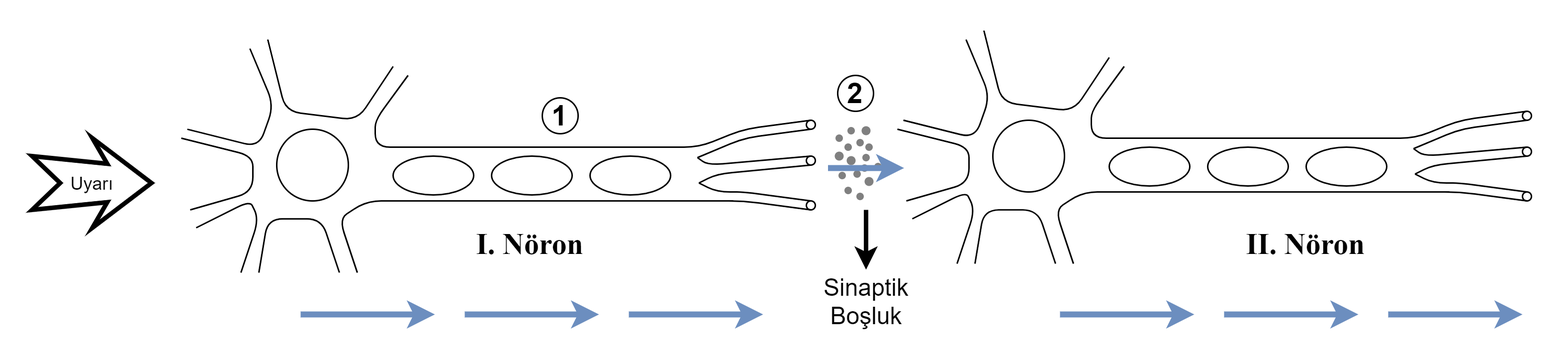
Before: Markdown/1. Ünite/2 Denetleyici ve Düzenleyici Sistem, Duyu Organları/resources/sinir_hucresi(sinaptik_bosluk).png, a diagram exported from draw.io (NurettinSelim/Biology-Notes). Source tidied: cells renumbered, new cells last; positions are measured from the earlier drawing's top-left corner, leaving out a move shared by most shapes.
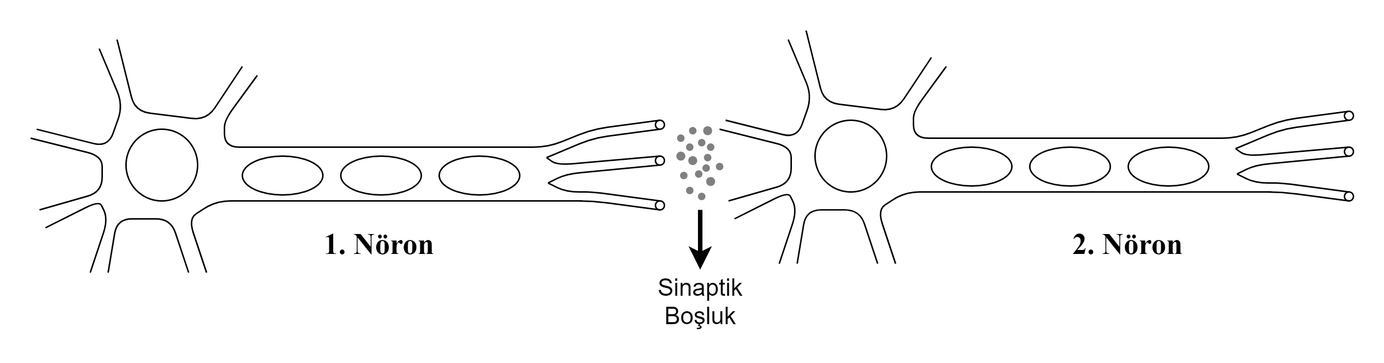
The same file after the commit.

Diff of the diagram source:
```diff
@@ -146,257 +146,206 @@
     </mxCell>
     <mxCell id="22" style="endArrow=none;html=1;" parent="1" edge="1">
       <mxGeometry relative="1" as="geometry">
-        <mxPoint x="584" y="60" as="sourcePoint" />
-        <mxPoint x="626" y="6" as="targetPoint" />
+        <mxPoint x="566" y="60" as="sourcePoint" />
+        <mxPoint x="608" y="6" as="targetPoint" />
         <Array as="points">
-          <mxPoint x="632" y="72" />
-          <mxPoint x="642" y="44" />
+          <mxPoint x="614" y="72" />
+          <mxPoint x="624" y="44" />
         </Array>
       </mxGeometry>
     </mxCell>
     <mxCell id="23" style="endArrow=none;html=1;" parent="1" edge="1">
       <mxGeometry relative="1" as="geometry">
-        <mxPoint x="722" y="18" as="sourcePoint" />
-        <mxPoint x="638" as="targetPoint" />
+        <mxPoint x="704" y="18" as="sourcePoint" />
+        <mxPoint x="620" as="targetPoint" />
         <Array as="points">
-          <mxPoint x="698" y="54" />
-          <mxPoint x="650" y="48" />
+          <mxPoint x="680" y="54" />
+          <mxPoint x="632" y="48" />
         </Array>
       </mxGeometry>
     </mxCell>
     <mxCell id="24" style="endArrow=none;html=1;" parent="1" edge="1">
       <mxGeometry relative="1" as="geometry">
-        <mxPoint x="914" y="72" as="sourcePoint" />
-        <mxPoint x="732" y="24" as="targetPoint" />
+        <mxPoint x="896" y="72" as="sourcePoint" />
+        <mxPoint x="714" y="24" as="targetPoint" />
         <Array as="points">
-          <mxPoint x="710" y="72" />
-          <mxPoint x="710" y="54" />
+          <mxPoint x="692" y="72" />
+          <mxPoint x="692" y="54" />
         </Array>
       </mxGeometry>
     </mxCell>
     <mxCell id="25" style="endArrow=none;html=1;" parent="1" edge="1">
       <mxGeometry relative="1" as="geometry">
-        <mxPoint x="586" y="114" as="sourcePoint" />
-        <mxPoint x="580" y="66" as="targetPoint" />
+        <mxPoint x="568" y="114" as="sourcePoint" />
+        <mxPoint x="562" y="66" as="targetPoint" />
         <Array as="points">
-          <mxPoint x="628" y="102" />
-          <mxPoint x="628" y="78" />
+          <mxPoint x="610" y="102" />
+          <mxPoint x="610" y="78" />
         </Array>
       </mxGeometry>
     </mxCell>
     <mxCell id="26" style="endArrow=none;html=1;" parent="1" edge="1">
       <mxGeometry relative="1" as="geometry">
-        <mxPoint x="620" y="156" as="sourcePoint" />
-        <mxPoint x="590" y="126" as="targetPoint" />
+        <mxPoint x="602" y="156" as="sourcePoint" />
+        <mxPoint x="572" y="126" as="targetPoint" />
         <Array as="points">
-          <mxPoint x="632" y="120" />
-          <mxPoint x="626" y="108" />
+          <mxPoint x="614" y="120" />
+          <mxPoint x="608" y="108" />
         </Array>
       </mxGeometry>
     </mxCell>
     <mxCell id="27" style="endArrow=none;html=1;" parent="1" edge="1">
       <mxGeometry relative="1" as="geometry">
-        <mxPoint x="686" y="156" as="sourcePoint" />
-        <mxPoint x="632" y="156" as="targetPoint" />
+        <mxPoint x="668" y="156" as="sourcePoint" />
+        <mxPoint x="614" y="156" as="targetPoint" />
         <Array as="points">
-          <mxPoint x="674" y="120" />
-          <mxPoint x="638" y="120" />
+          <mxPoint x="656" y="120" />
+          <mxPoint x="620" y="120" />
         </Array>
       </mxGeometry>
     </mxCell>
     <mxCell id="28" style="endArrow=none;html=1;" parent="1" edge="1">
       <mxGeometry relative="1" as="geometry">
-        <mxPoint x="950" y="108" as="sourcePoint" />
-        <mxPoint x="698" y="156" as="targetPoint" />
+        <mxPoint x="932" y="108" as="sourcePoint" />
+        <mxPoint x="680" y="156" as="targetPoint" />
         <Array as="points">
-          <mxPoint x="704" y="108" />
-          <mxPoint x="686" y="120" />
+          <mxPoint x="686" y="108" />
+          <mxPoint x="668" y="120" />
         </Array>
       </mxGeometry>
     </mxCell>
     <mxCell id="29" style="ellipse;whiteSpace=wrap;html=1;fillColor=none;" parent="1" vertex="1">
-      <mxGeometry x="644" y="60" width="48" height="48" as="geometry" />
+      <mxGeometry x="626" y="60" width="48" height="48" as="geometry" />
     </mxCell>
     <mxCell id="30" style="ellipse;whiteSpace=wrap;html=1;fillColor=none;" parent="1" vertex="1">
-      <mxGeometry x="722" y="78" width="54" height="26" as="geometry" />
+      <mxGeometry x="704" y="78" width="54" height="26" as="geometry" />
     </mxCell>
     <mxCell id="31" style="ellipse;whiteSpace=wrap;html=1;fillColor=none;" parent="1" vertex="1">
-      <mxGeometry x="788" y="78" width="54" height="26" as="geometry" />
+      <mxGeometry x="770" y="78" width="54" height="26" as="geometry" />
     </mxCell>
     <mxCell id="32" style="ellipse;whiteSpace=wrap;html=1;fillColor=none;" parent="1" vertex="1">
-      <mxGeometry x="854" y="78" width="54" height="26" as="geometry" />
+      <mxGeometry x="836" y="78" width="54" height="26" as="geometry" />
     </mxCell>
     <mxCell id="33" style="endArrow=none;html=1;entryX=0.5;entryY=0;entryDx=0;entryDy=0;" parent="1" edge="1" target="41">
       <mxGeometry relative="1" as="geometry">
-        <mxPoint x="898" y="72" as="sourcePoint" />
+        <mxPoint x="880" y="72" as="sourcePoint" />
         <Array as="points">
-          <mxPoint x="927" y="72" />
-          <mxPoint x="957" y="60" />
+          <mxPoint x="909" y="72" />
+          <mxPoint x="939" y="60" />
         </Array>
       </mxGeometry>
     </mxCell>
     <mxCell id="34" style="endArrow=none;html=1;entryX=0.5;entryY=1;entryDx=0;entryDy=0;" parent="1" edge="1" target="41">
       <mxGeometry relative="1" as="geometry">
-        <mxPoint x="926" y="79" as="sourcePoint" />
+        <mxPoint x="908" y="79" as="sourcePoint" />
         <Array as="points">
-          <mxPoint x="957" y="66" />
+          <mxPoint x="939" y="66" />
         </Array>
       </mxGeometry>
     </mxCell>
     <mxCell id="35" style="endArrow=none;html=1;entryX=0.5;entryY=0;entryDx=0;entryDy=0;" parent="1" edge="1" target="40">
       <mxGeometry relative="1" as="geometry">
-        <mxPoint x="926" y="79" as="sourcePoint" />
+        <mxPoint x="908" y="79" as="sourcePoint" />
         <Array as="points">
-          <mxPoint x="933" y="84" />
+          <mxPoint x="915" y="84" />
         </Array>
       </mxGeometry>
     </mxCell>
     <mxCell id="36" style="endArrow=none;html=1;entryX=0.5;entryY=1;entryDx=0;entryDy=0;" parent="1" edge="1" target="40">
       <mxGeometry relative="1" as="geometry">
-        <mxPoint x="927" y="96" as="sourcePoint" />
+        <mxPoint x="909" y="96" as="sourcePoint" />
         <Array as="points">
-          <mxPoint x="939" y="90" />
+          <mxPoint x="921" y="90" />
         </Array>
       </mxGeometry>
     </mxCell>
     <mxCell id="37" style="endArrow=none;html=1;entryX=0.5;entryY=1;entryDx=0;entryDy=0;" parent="1" edge="1" target="39">
       <mxGeometry relative="1" as="geometry">
-        <mxPoint x="909" y="108" as="sourcePoint" />
+        <mxPoint x="891" y="108" as="sourcePoint" />
         <Array as="points">
-          <mxPoint x="927" y="108" />
-          <mxPoint x="957" y="108" />
+          <mxPoint x="909" y="108" />
+          <mxPoint x="939" y="108" />
         </Array>
       </mxGeometry>
     </mxCell>
     <mxCell id="38" style="endArrow=none;html=1;entryX=0.5;entryY=0;entryDx=0;entryDy=0;" parent="1" edge="1" target="39">
       <mxGeometry relative="1" as="geometry">
-        <mxPoint x="927" y="96" as="sourcePoint" />
+        <mxPoint x="909" y="96" as="sourcePoint" />
         <Array as="points">
+          <mxPoint x="921" y="102" />
           <mxPoint x="939" y="102" />
-          <mxPoint x="957" y="102" />
         </Array>
       </mxGeometry>
     </mxCell>
     <mxCell id="39" style="ellipse;whiteSpace=wrap;html=1;fillColor=none;" parent="1" vertex="1">
-      <mxGeometry x="999" y="108" width="6" height="6" as="geometry" />
+      <mxGeometry x="981" y="108" width="6" height="6" as="geometry" />
     </mxCell>
     <mxCell id="40" style="ellipse;whiteSpace=wrap;html=1;fillColor=none;" parent="1" vertex="1">
-      <mxGeometry x="999" y="78" width="6" height="6" as="geometry" />
+      <mxGeometry x="981" y="78" width="6" height="6" as="geometry" />
     </mxCell>
     <mxCell id="41" style="ellipse;whiteSpace=wrap;html=1;fillColor=none;" parent="1" vertex="1">
-      <mxGeometry x="999" y="54" width="6" height="6" as="geometry" />
+      <mxGeometry x="981" y="54" width="6" height="6" as="geometry" />
     </mxCell>
     <mxCell id="42" style="shape=ellipse;html=1;strokeColor=#FFFFFF;fillColor=#808080;" parent="1" vertex="1">
-      <mxGeometry x="544" y="75" width="6" height="6" as="geometry" />
+      <mxGeometry x="539" y="75" width="6" height="6" as="geometry" />
     </mxCell>
     <mxCell id="43" style="shape=ellipse;html=1;strokeColor=#FFFFFF;fillColor=#808080;" parent="1" vertex="1">
-      <mxGeometry x="546" y="64" width="6" height="6" as="geometry" />
+      <mxGeometry x="541" y="64" width="6" height="6" as="geometry" />
     </mxCell>
     <mxCell id="44" style="shape=ellipse;html=1;strokeColor=#FFFFFF;fillColor=#808080;" parent="1" vertex="1">
-      <mxGeometry x="552" y="72" width="6" height="6" as="geometry" />
+      <mxGeometry x="547" y="72" width="6" height="6" as="geometry" />
     </mxCell>
     <mxCell id="45" style="shape=ellipse;html=1;fillColor=#808080;strokeColor=none;" parent="1" vertex="1">
-      <mxGeometry x="556" y="64" width="6" height="6" as="geometry" />
+      <mxGeometry x="551" y="64" width="6" height="6" as="geometry" />
     </mxCell>
     <mxCell id="46" style="shape=ellipse;html=1;strokeColor=#FFFFFF;fillColor=#808080;" parent="1" vertex="1">
-      <mxGeometry x="552" y="108" width="6" height="6" as="geometry" />
+      <mxGeometry x="547" y="108" width="6" height="6" as="geometry" />
     </mxCell>
     <mxCell id="47" style="shape=ellipse;html=1;strokeColor=#FFFFFF;fillColor=#808080;" parent="1" vertex="1">
-      <mxGeometry x="556" y="82" width="6" height="6" as="geometry" />
+      <mxGeometry x="551" y="82" width="6" height="6" as="geometry" />
     </mxCell>
     <mxCell id="48" style="shape=ellipse;html=1;strokeColor=#FFFFFF;fillColor=#808080;" parent="1" vertex="1">
-      <mxGeometry x="564" y="88" width="6" height="6" as="geometry" />
+      <mxGeometry x="559" y="88" width="6" height="6" as="geometry" />
     </mxCell>
     <mxCell id="49" style="shape=ellipse;html=1;fillColor=#808080;strokeColor=none;" parent="1" vertex="1">
-      <mxGeometry x="558" y="98" width="6" height="6" as="geometry" />
+      <mxGeometry x="553" y="98" width="6" height="6" as="geometry" />
     </mxCell>
     <mxCell id="50" style="shape=ellipse;html=1;strokeColor=#FFFFFF;fillColor=#808080;" parent="1" vertex="1">
-      <mxGeometry x="555" y="89" width="6" height="6" as="geometry" />
+      <mxGeometry x="550" y="89" width="6" height="6" as="geometry" />
     </mxCell>
     <mxCell id="51" style="shape=ellipse;html=1;strokeColor=#FFFFFF;fillColor=#808080;" parent="1" vertex="1">
-      <mxGeometry x="538" y="69" width="6" height="6" as="geometry" />
+      <mxGeometry x="533" y="69" width="6" height="6" as="geometry" />
     </mxCell>
     <mxCell id="52" style="shape=ellipse;html=1;strokeColor=#FFFFFF;fillColor=#808080;" parent="1" vertex="1">
-      <mxGeometry x="558" y="75" width="6" height="6" as="geometry" />
+      <mxGeometry x="553" y="75" width="6" height="6" as="geometry" />
     </mxCell>
     <mxCell id="53" style="shape=ellipse;html=1;fillColor=#808080;strokeColor=none;" parent="1" vertex="1">
-      <mxGeometry x="538" y="81" width="6" height="6" as="geometry" />
+      <mxGeometry x="533" y="81" width="6" height="6" as="geometry" />
     </mxCell>
     <mxCell id="54" style="shape=ellipse;html=1;strokeColor=#FFFFFF;fillColor=#808080;" parent="1" vertex="1">
-      <mxGeometry x="544" y="104" width="6" height="6" as="geometry" />
+      <mxGeometry x="539" y="104" width="6" height="6" as="geometry" />
     </mxCell>
     <mxCell id="55" style="shape=ellipse;html=1;strokeColor=#FFFFFF;fillColor=#808080;" parent="1" vertex="1">
-      <mxGeometry x="540" y="94" width="6" height="6" as="geometry" />
+      <mxGeometry x="535" y="94" width="6" height="6" as="geometry" />
     </mxCell>
     <mxCell id="56" style="shape=ellipse;html=1;strokeColor=#FFFFFF;fillColor=#808080;" parent="1" vertex="1">
-      <mxGeometry x="550" y="93" width="6" height="6" as="geometry" />
+      <mxGeometry x="545" y="93" width="6" height="6" as="geometry" />
     </mxCell>
     <mxCell id="57" style="shape=ellipse;html=1;fillColor=#808080;strokeColor=none;" parent="1" vertex="1">
-      <mxGeometry x="546" y="84" width="6" height="6" as="geometry" />
+      <mxGeometry x="541" y="84" width="6" height="6" as="geometry" />
     </mxCell>
-    <mxCell id="58" value="Uyarı" style="html=1;shadow=0;dashed=0;align=center;verticalAlign=middle;shape=mxgraph.arrows2.stylisedArrow;dy=0.57;dx=29.6;notch=18.8;feather=0.4;strokeColor=#000000;fillColor=none;strokeWidth=3;" parent="1" vertex="1">
-      <mxGeometry y="72" width="80" height="60" as="geometry" />
-    </mxCell>
-    <mxCell id="59" style="endArrow=classic;html=1;strokeWidth=4;fillColor=#dae8fc;strokeColor=#6c8ebf;" parent="1" edge="1">
-      <mxGeometry relative="1" as="geometry">
-        <mxPoint x="180" y="190" as="sourcePoint" />
-        <mxPoint x="270" y="190" as="targetPoint" />
-      </mxGeometry>
-    </mxCell>
-    <mxCell id="60" style="endArrow=classic;html=1;strokeWidth=4;fillColor=#dae8fc;strokeColor=#6c8ebf;" parent="1" edge="1">
-      <mxGeometry relative="1" as="geometry">
-        <mxPoint x="290" y="190" as="sourcePoint" />
-        <mxPoint x="380" y="190" as="targetPoint" />
-      </mxGeometry>
-    </mxCell>
-    <mxCell id="61" style="endArrow=classic;html=1;strokeWidth=4;fillColor=#dae8fc;strokeColor=#6c8ebf;" parent="1" edge="1">
-      <mxGeometry relative="1" as="geometry">
-        <mxPoint x="400" y="190" as="sourcePoint" />
-        <mxPoint x="490" y="190" as="targetPoint" />
-      </mxGeometry>
-    </mxCell>
-    <mxCell id="62" style="endArrow=classic;html=1;strokeWidth=4;fillColor=#dae8fc;strokeColor=#6c8ebf;" parent="1" edge="1">
-      <mxGeometry relative="1" as="geometry">
-        <mxPoint x="533.5" y="92" as="sourcePoint" />
-        <mxPoint x="584.5" y="92" as="targetPoint" />
-      </mxGeometry>
-    </mxCell>
-    <mxCell id="63" value="2" style="ellipse;whiteSpace=wrap;html=1;strokeColor=#000000;strokeWidth=1;fillColor=none;fontSize=19;fontStyle=1;" parent="1" vertex="1">
-      <mxGeometry x="540" y="30" width="24" height="24" as="geometry" />
-    </mxCell>
-    <mxCell id="64" value="1" style="ellipse;whiteSpace=wrap;html=1;strokeColor=#000000;strokeWidth=1;fillColor=none;fontSize=19;fontStyle=1;" parent="1" vertex="1">
-      <mxGeometry x="342" y="45" width="24" height="24" as="geometry" />
-    </mxCell>
-    <mxCell id="65" style="endArrow=classic;html=1;strokeWidth=4;fillColor=#dae8fc;strokeColor=#6c8ebf;" parent="1" edge="1">
-      <mxGeometry relative="1" as="geometry">
-        <mxPoint x="689" y="190" as="sourcePoint" />
-        <mxPoint x="779" y="190" as="targetPoint" />
-      </mxGeometry>
-    </mxCell>
-    <mxCell id="66" style="endArrow=classic;html=1;strokeWidth=4;fillColor=#dae8fc;strokeColor=#6c8ebf;" parent="1" edge="1">
-      <mxGeometry relative="1" as="geometry">
-        <mxPoint x="799" y="190" as="sourcePoint" />
-        <mxPoint x="889" y="190" as="targetPoint" />
-      </mxGeometry>
-    </mxCell>
-    <mxCell id="67" style="endArrow=classic;html=1;strokeWidth=4;fillColor=#dae8fc;strokeColor=#6c8ebf;" parent="1" edge="1">
-      <mxGeometry relative="1" as="geometry">
-        <mxPoint x="909" y="190" as="sourcePoint" />
-        <mxPoint x="999" y="190" as="targetPoint" />
-      </mxGeometry>
-    </mxCell>
-    <mxCell id="68" value="&lt;font face=&quot;Times New Roman&quot; style=&quot;font-size: 20px&quot;&gt;&lt;b&gt;I. Nöron&lt;/b&gt;&lt;/font&gt;" style="text;html=1;strokeColor=none;fillColor=none;align=center;verticalAlign=middle;whiteSpace=wrap;rounded=0;" parent="1" vertex="1">
+    <mxCell id="68" value="&lt;font face=&quot;Times New Roman&quot; style=&quot;font-size: 20px&quot;&gt;&lt;b&gt;1. Nöron&lt;/b&gt;&lt;/font&gt;" style="text;html=1;strokeColor=none;fillColor=none;align=center;verticalAlign=middle;whiteSpace=wrap;rounded=0;" parent="1" vertex="1">
       <mxGeometry x="268" y="132" width="132" height="20" as="geometry" />
     </mxCell>
-    <mxCell id="69" value="&lt;font face=&quot;Times New Roman&quot; style=&quot;font-size: 20px&quot;&gt;&lt;b&gt;II. Nöron&lt;/b&gt;&lt;/font&gt;" style="text;html=1;strokeColor=none;fillColor=none;align=center;verticalAlign=middle;whiteSpace=wrap;rounded=0;" parent="1" vertex="1">
-      <mxGeometry x="788" y="132" width="132" height="20" as="geometry" />
+    <mxCell id="69" value="&lt;font face=&quot;Times New Roman&quot; style=&quot;font-size: 20px&quot;&gt;&lt;b&gt;2. Nöron&lt;/b&gt;&lt;/font&gt;" style="text;html=1;strokeColor=none;fillColor=none;align=center;verticalAlign=middle;whiteSpace=wrap;rounded=0;" parent="1" vertex="1">
+      <mxGeometry x="770" y="132" width="132" height="20" as="geometry" />
     </mxCell>
     <mxCell id="70" value="Sinaptik&lt;br style=&quot;font-size: 16px;&quot;&gt;Boşluk" style="text;html=1;strokeColor=none;fillColor=none;align=center;verticalAlign=middle;whiteSpace=wrap;rounded=0;fontSize=16;" parent="1" vertex="1">
-      <mxGeometry x="526.5" y="160" width="65" height="42" as="geometry" />
+      <mxGeometry x="516.5" y="160" width="65" height="42" as="geometry" />
     </mxCell>
     <mxCell id="71" style="endArrow=classic;html=1;fontSize=18;entryX=0.5;entryY=0;entryDx=0;entryDy=0;strokeWidth=3;" parent="1" edge="1" target="70">
       <mxGeometry relative="1" as="geometry">
-        <mxPoint x="559" y="120" as="sourcePoint" />
+        <mxPoint x="549" y="120" as="sourcePoint" />
       </mxGeometry>
     </mxCell>
   </root>
```
